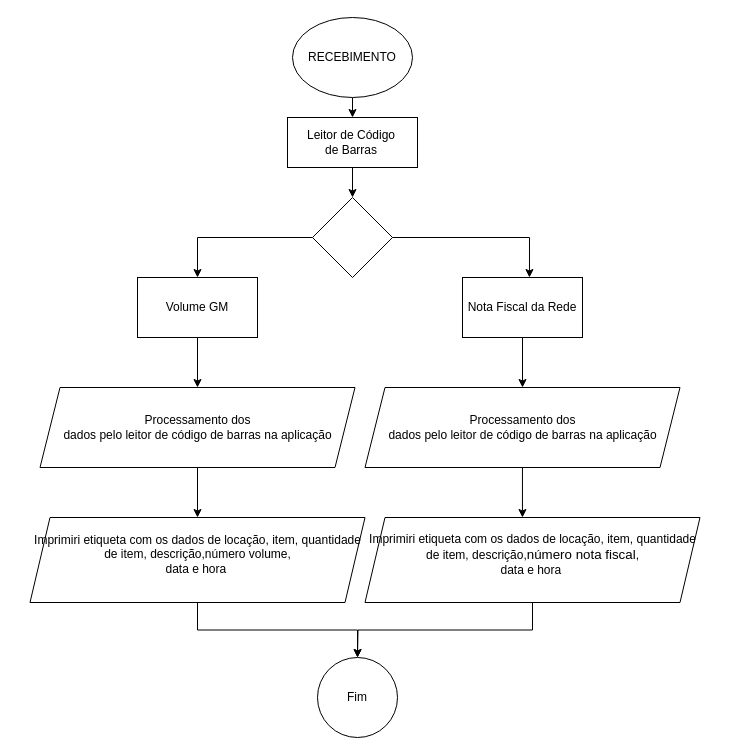
Before: Untitled Diagram.drawio in develophardware/GitWorflow, a draw.io diagram. Source tidied: cells renumbered, new cells numbered last; positions are measured from the earlier drawing's top-left corner, leaving out a move shared by most shapes. Both pictures are drawn from the tidied source at 100%, with x=0, y=0 at pixel (29, 17).
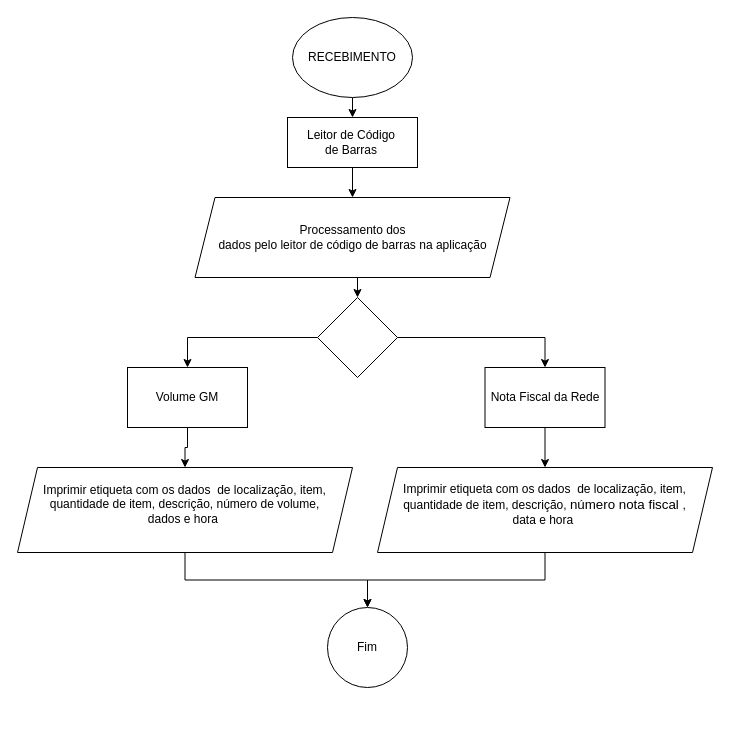
The same page after the edit.

Unchanged cells that the change refers to:
```xml
<mxCell id="5" style="rounded=0;whiteSpace=wrap;html=1;" parent="1" vertex="1">
  <mxGeometry x="258" y="100" width="130" height="50" as="geometry" />
</mxCell>
```

Diff of the diagram source:
```diff
@@
-    <mxCell id="4" style="edgeStyle=orthogonalEdgeStyle;rounded=0;jettySize=auto;html=1;entryX=0.5;entryY=0;entryDx=0;entryDy=0;" parent="1" edge="1" source="5" target="9">
-      <mxGeometry relative="1" as="geometry" />
-    </mxCell>
+    <mxCell id="23" style="edgeStyle=orthogonalEdgeStyle;rounded=0;jettySize=auto;html=1;" parent="1" edge="1" source="5" target="30">
+      <mxGeometry relative="1" as="geometry" />
+    </mxCell>
@@
-    <mxCell id="7" style="edgeStyle=orthogonalEdgeStyle;rounded=0;jettySize=auto;html=1;exitX=0;exitY=0.5;exitDx=0;exitDy=0;entryX=0.5;entryY=0;entryDx=0;entryDy=0;" parent="1" edge="1" source="9" target="11">
-      <mxGeometry relative="1" as="geometry" />
-    </mxCell>
-    <mxCell id="8" style="edgeStyle=orthogonalEdgeStyle;rounded=0;jettySize=auto;html=1;exitX=1;exitY=0.5;exitDx=0;exitDy=0;entryX=0.558;entryY=0;entryDx=0;entryDy=0;entryPerimeter=0;" parent="1" edge="1" source="9" target="13">
-      <mxGeometry relative="1" as="geometry" />
-    </mxCell>
-    <mxCell id="9" style="rhombus;whiteSpace=wrap;html=1;" parent="1" vertex="1">
-      <mxGeometry x="283" y="180" width="80" height="80" as="geometry" />
-    </mxCell>
-    <mxCell id="10" style="edgeStyle=orthogonalEdgeStyle;rounded=0;jettySize=auto;html=1;exitX=0.5;exitY=1;exitDx=0;exitDy=0;" parent="1" edge="1" source="11" target="15">
-      <mxGeometry relative="1" as="geometry" />
-    </mxCell>
+    <mxCell id="24" style="edgeStyle=orthogonalEdgeStyle;rounded=0;jettySize=auto;html=1;entryX=0.5;entryY=0;entryDx=0;entryDy=0;" parent="1" edge="1" source="11" target="17">
+      <mxGeometry relative="1" as="geometry" />
+    </mxCell>
     <mxCell id="11" value="Volume GM" style="rounded=0;whiteSpace=wrap;html=1;" parent="1" vertex="1">
-      <mxGeometry x="108" y="260" width="120" height="60" as="geometry" />
+      <mxGeometry x="98" y="350" width="120" height="60" as="geometry" />
     </mxCell>
-    <mxCell id="12" style="edgeStyle=orthogonalEdgeStyle;rounded=0;jettySize=auto;html=1;exitX=0.5;exitY=1;exitDx=0;exitDy=0;entryX=0.5;entryY=0;entryDx=0;entryDy=0;" parent="1" edge="1" source="13" target="19">
-      <mxGeometry relative="1" as="geometry" />
-    </mxCell>
+    <mxCell id="25" style="edgeStyle=orthogonalEdgeStyle;rounded=0;jettySize=auto;html=1;exitX=0.5;exitY=1;exitDx=0;exitDy=0;" parent="1" edge="1" source="13" target="21">
+      <mxGeometry relative="1" as="geometry" />
+    </mxCell>
     <mxCell id="13" value="Nota Fiscal da Rede" style="rounded=0;whiteSpace=wrap;html=1;" parent="1" vertex="1">
-      <mxGeometry x="433" y="260" width="120" height="60" as="geometry" />
+      <mxGeometry x="455.5" y="350" width="120" height="60" as="geometry" />
     </mxCell>
-    <mxCell id="14" style="edgeStyle=orthogonalEdgeStyle;rounded=0;jettySize=auto;html=1;exitX=0.5;exitY=1;exitDx=0;exitDy=0;entryX=0.5;entryY=0;entryDx=0;entryDy=0;" parent="1" edge="1" source="15" target="17">
-      <mxGeometry relative="1" as="geometry" />
-    </mxCell>
-    <mxCell id="15" value="Processamento dos&lt;br&gt;dados pelo leitor de código de barras na aplicação" style="shape=parallelogram;perimeter=parallelogramPerimeter;whiteSpace=wrap;html=1;fixedSize=1;" parent="1" vertex="1">
-      <mxGeometry x="10.5" y="370" width="315" height="80" as="geometry" />
-    </mxCell>
@@
-    <mxCell id="17" value="Imprimiri etiqueta com os dados&amp;nbsp;&lt;span&gt;de locação, item, quantidade de item, descrição,número volume, &lt;br&gt;data e hora&amp;nbsp;&lt;/span&gt;&lt;br&gt;&lt;p class=&quot;MsoNormal&quot; style=&quot;margin-left: 36.0pt&quot;&gt;&lt;/p&gt;" style="shape=parallelogram;perimeter=parallelogramPerimeter;whiteSpace=wrap;html=1;fixedSize=1;" parent="1" vertex="1">
-      <mxGeometry x="0.5" y="500" width="335" height="85" as="geometry" />
+    <mxCell id="17" value="Imprimir etiqueta com os dados&amp;nbsp; &lt;span&gt;de localização, item, quantidade de item, descrição, número de volume, &lt;br&gt;dados e hora&amp;nbsp;&lt;/span&gt;&lt;br&gt;&lt;p class=&quot;MsoNormal&quot; style=&quot;margin-left: 36.0pt&quot;&gt;&lt;/p&gt;" style="shape=parallelogram;perimeter=parallelogramPerimeter;whiteSpace=wrap;html=1;fixedSize=1;" parent="1" vertex="1">
+      <mxGeometry x="-12" y="450" width="335" height="85" as="geometry" />
     </mxCell>
-    <mxCell id="18" style="edgeStyle=orthogonalEdgeStyle;rounded=0;jettySize=auto;html=1;entryX=0.47;entryY=0;entryDx=0;entryDy=0;entryPerimeter=0;" parent="1" edge="1" source="19" target="21">
-      <mxGeometry relative="1" as="geometry" />
-    </mxCell>
-    <mxCell id="19" value="Processamento dos&lt;br&gt;dados pelo leitor de código de barras na aplicação" style="shape=parallelogram;perimeter=parallelogramPerimeter;whiteSpace=wrap;html=1;fixedSize=1;" parent="1" vertex="1">
-      <mxGeometry x="335.5" y="370" width="315" height="80" as="geometry" />
-    </mxCell>
-    <mxCell id="20" style="edgeStyle=orthogonalEdgeStyle;rounded=0;jettySize=auto;html=1;exitX=0.5;exitY=1;exitDx=0;exitDy=0;" parent="1" edge="1" source="21">
-      <mxGeometry relative="1" as="geometry">
-        <mxPoint x="328" y="640" as="targetPoint" />
-      </mxGeometry>
+    <mxCell id="20" style="edgeStyle=orthogonalEdgeStyle;rounded=0;jettySize=auto;html=1;exitX=0.5;exitY=1;exitDx=0;exitDy=0;entryX=0.5;entryY=0;entryDx=0;entryDy=0;" parent="1" edge="1" source="21" target="22">
+      <mxGeometry relative="1" as="geometry" />
     </mxCell>
-    <mxCell id="21" value="Imprimiri etiqueta com os dados&amp;nbsp;&lt;span&gt;de locação, item, quantidade de item, descrição,&lt;/span&gt;&lt;span style=&quot;font-size: 10.0pt ; font-family: &amp;#34;arial&amp;#34; , sans-serif&quot;&gt;número nota fiscal&lt;/span&gt;&lt;span&gt;, &lt;br&gt;data e hora&amp;nbsp;&lt;/span&gt;&lt;br&gt;&lt;p class=&quot;MsoNormal&quot; style=&quot;margin-left: 36.0pt&quot;&gt;&lt;/p&gt;" style="shape=parallelogram;perimeter=parallelogramPerimeter;whiteSpace=wrap;html=1;fixedSize=1;" parent="1" vertex="1">
-      <mxGeometry x="335.5" y="500" width="335" height="85" as="geometry" />
+    <mxCell id="21" value="Imprimir etiqueta com os dados&amp;nbsp; &lt;span&gt;de localização, item, quantidade de item, descrição, &lt;/span&gt;&lt;span style=&quot;font-size: 10.0pt ; font-family: &amp;#34;arial&amp;#34; , sans-serif&quot;&gt;número nota fiscal &lt;/span&gt;&lt;span&gt;, &lt;br&gt;data e hora&amp;nbsp;&lt;/span&gt;&lt;br&gt;&lt;p class=&quot;MsoNormal&quot; style=&quot;margin-left: 36.0pt&quot;&gt;&lt;/p&gt;" style="shape=parallelogram;perimeter=parallelogramPerimeter;whiteSpace=wrap;html=1;fixedSize=1;" parent="1" vertex="1">
+      <mxGeometry x="348" y="450" width="335" height="85" as="geometry" />
     </mxCell>
     <mxCell id="22" value="Fim" style="ellipse;whiteSpace=wrap;html=1;" parent="1" vertex="1">
-      <mxGeometry x="288" y="640" width="80" height="80" as="geometry" />
+      <mxGeometry x="298" y="590" width="80" height="80" as="geometry" />
     </mxCell>
+    <mxCell id="26" style="edgeStyle=orthogonalEdgeStyle;rounded=0;jettySize=auto;html=1;exitX=1;exitY=0.5;exitDx=0;exitDy=0;entryX=0.5;entryY=0;entryDx=0;entryDy=0;" parent="1" edge="1" source="28" target="13">
+      <mxGeometry relative="1" as="geometry" />
+    </mxCell>
+    <mxCell id="27" style="edgeStyle=orthogonalEdgeStyle;rounded=0;jettySize=auto;html=1;entryX=0.5;entryY=0;entryDx=0;entryDy=0;" parent="1" edge="1" source="28" target="11">
+      <mxGeometry relative="1" as="geometry" />
+    </mxCell>
+    <mxCell id="28" style="rhombus;whiteSpace=wrap;html=1;" parent="1" vertex="1">
+      <mxGeometry x="288" y="280" width="80" height="80" as="geometry" />
+    </mxCell>
+    <mxCell id="29" style="edgeStyle=orthogonalEdgeStyle;rounded=0;jettySize=auto;html=1;exitX=0.5;exitY=1;exitDx=0;exitDy=0;entryX=0.5;entryY=0;entryDx=0;entryDy=0;" parent="1" edge="1" source="30" target="28">
+      <mxGeometry relative="1" as="geometry" />
+    </mxCell>
+    <mxCell id="30" value="Processamento dos &lt;br&gt;dados pelo leitor de código de barras na aplicação" style="shape=parallelogram;perimeter=parallelogramPerimeter;whiteSpace=wrap;html=1;fixedSize=1;" parent="1" vertex="1">
+      <mxGeometry x="165.5" y="180" width="315" height="80" as="geometry" />
+    </mxCell>
```
